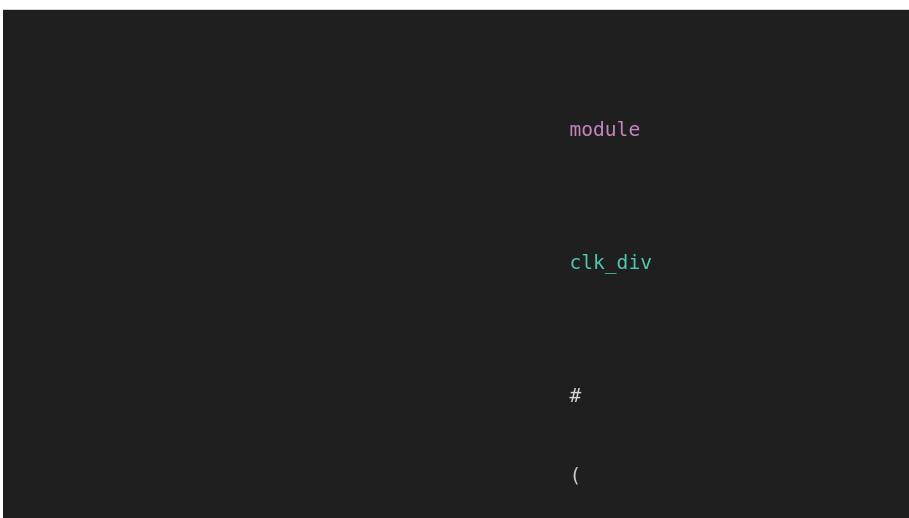
Above: docs/svg/clk_div.svg in ADN-VLSI/apb-uart (draw.io), before the change. Source tidied: cells renumbered, new cells last; positions are measured from the earlier drawing's top-left corner, leaving out a move shared by most shapes.
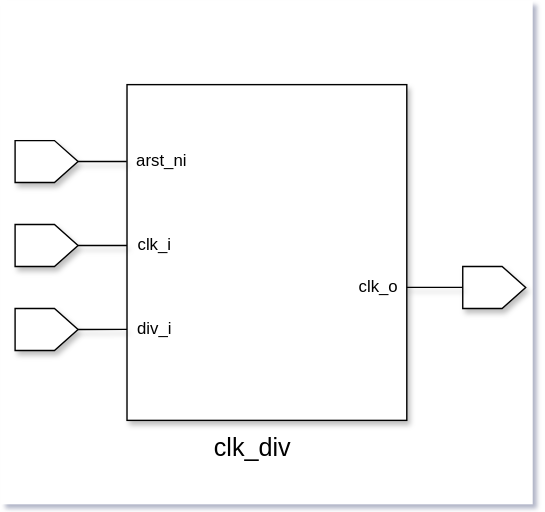
The same diagram one commit later.

Diff of the diagram source:
```diff
@@ -1,9 +1,53 @@
 <mxGraphModel>
   <root>
-    <mxCell id="0" />
-    <mxCell id="1" parent="0" />
-    <mxCell id="2" value="&lt;div style=&quot;color: #cccccc;background-color: #1f1f1f;font-family: 'Droid Sans Mono', 'monospace', monospace;font-weight: normal;font-size: 14px;line-height: 19px;white-space: pre;&quot;&gt;&lt;div&gt;&lt;span style=&quot;color: #c586c0;&quot;&gt;module&lt;/span&gt;&lt;span style=&quot;color: #cccccc;&quot;&gt; &lt;/span&gt;&lt;span style=&quot;color: #4ec9b0;&quot;&gt;clk_div&lt;/span&gt;&lt;span style=&quot;color: #cccccc;&quot;&gt; &lt;/span&gt;&lt;span style=&quot;color: #d4d4d4;&quot;&gt;#&lt;/span&gt;&lt;span style=&quot;color: #cccccc;&quot;&gt;(&lt;/span&gt;&lt;/div&gt;&lt;div&gt;&lt;span style=&quot;color: #cccccc;&quot;&gt;  &lt;/span&gt;&lt;span style=&quot;color: #569cd6;&quot;&gt;parameter&lt;/span&gt;&lt;span style=&quot;color: #cccccc;&quot;&gt; &lt;/span&gt;&lt;span style=&quot;color: #569cd6;&quot;&gt;int&lt;/span&gt;&lt;span style=&quot;color: #cccccc;&quot;&gt; DIV_WIDTH &lt;/span&gt;&lt;span style=&quot;color: #d4d4d4;&quot;&gt;=&lt;/span&gt;&lt;span style=&quot;color: #cccccc;&quot;&gt; &lt;/span&gt;&lt;span style=&quot;color: #b5cea8;&quot;&gt;4&lt;/span&gt;&lt;/div&gt;&lt;div&gt;&lt;span style=&quot;color: #cccccc;&quot;&gt;) (&lt;/span&gt;&lt;/div&gt;&lt;div&gt;&lt;span style=&quot;color: #cccccc;&quot;&gt;    &lt;/span&gt;&lt;span style=&quot;color: #6a9955;&quot;&gt;// Active-low asynchronous reset (arst_ni). When pulled low, internal&lt;/span&gt;&lt;/div&gt;&lt;div&gt;&lt;span style=&quot;color: #cccccc;&quot;&gt;    &lt;/span&gt;&lt;span style=&quot;color: #6a9955;&quot;&gt;// registers are reset to their default values.&lt;/span&gt;&lt;/div&gt;&lt;div&gt;&lt;span style=&quot;color: #cccccc;&quot;&gt;    &lt;/span&gt;&lt;span style=&quot;color: #4ec9b0;&quot;&gt;input&lt;/span&gt;&lt;span style=&quot;color: #cccccc;&quot;&gt;  &lt;/span&gt;&lt;span style=&quot;color: #569cd6;&quot;&gt;logic&lt;/span&gt;&lt;span style=&quot;color: #cccccc;&quot;&gt;                 &lt;/span&gt;&lt;span style=&quot;color: #9cdcfe;&quot;&gt;arst_ni&lt;/span&gt;&lt;span style=&quot;color: #cccccc;&quot;&gt;,&lt;/span&gt;&lt;/div&gt;&lt;br&gt;&lt;div&gt;&lt;span style=&quot;color: #cccccc;&quot;&gt;    &lt;/span&gt;&lt;span style=&quot;color: #6a9955;&quot;&gt;// Input clock to divide.&lt;/span&gt;&lt;/div&gt;&lt;div&gt;&lt;span style=&quot;color: #cccccc;&quot;&gt;    &lt;/span&gt;&lt;span style=&quot;color: #4ec9b0;&quot;&gt;input&lt;/span&gt;&lt;span style=&quot;color: #cccccc;&quot;&gt;  &lt;/span&gt;&lt;span style=&quot;color: #569cd6;&quot;&gt;logic&lt;/span&gt;&lt;span style=&quot;color: #cccccc;&quot;&gt;                 &lt;/span&gt;&lt;span style=&quot;color: #9cdcfe;&quot;&gt;clk_i&lt;/span&gt;&lt;span style=&quot;color: #cccccc;&quot;&gt;,&lt;/span&gt;&lt;/div&gt;&lt;br&gt;&lt;div&gt;&lt;span style=&quot;color: #cccccc;&quot;&gt;    &lt;/span&gt;&lt;span style=&quot;color: #6a9955;&quot;&gt;// Divider value. Controls the number of input clock cycles between&lt;/span&gt;&lt;/div&gt;&lt;div&gt;&lt;span style=&quot;color: #cccccc;&quot;&gt;    &lt;/span&gt;&lt;span style=&quot;color: #6a9955;&quot;&gt;// output toggles. When div_i is 0, special-case behavior applies and the&lt;/span&gt;&lt;/div&gt;&lt;div&gt;&lt;span style=&quot;color: #cccccc;&quot;&gt;    &lt;/span&gt;&lt;span style=&quot;color: #6a9955;&quot;&gt;// output toggles every input clock (clk_i/2).&lt;/span&gt;&lt;/div&gt;&lt;div&gt;&lt;span style=&quot;color: #cccccc;&quot;&gt;    &lt;/span&gt;&lt;span style=&quot;color: #4ec9b0;&quot;&gt;input&lt;/span&gt;&lt;span style=&quot;color: #cccccc;&quot;&gt;  &lt;/span&gt;&lt;span style=&quot;color: #569cd6;&quot;&gt;logic&lt;/span&gt;&lt;span style=&quot;color: #cccccc;&quot;&gt; [DIV_WIDTH&lt;/span&gt;&lt;span style=&quot;color: #d4d4d4;&quot;&gt;-&lt;/span&gt;&lt;span style=&quot;color: #b5cea8;&quot;&gt;1&lt;/span&gt;&lt;span style=&quot;color: #d4d4d4;&quot;&gt;:&lt;/span&gt;&lt;span style=&quot;color: #b5cea8;&quot;&gt;0&lt;/span&gt;&lt;span style=&quot;color: #cccccc;&quot;&gt;] &lt;/span&gt;&lt;span style=&quot;color: #9cdcfe;&quot;&gt;div_i&lt;/span&gt;&lt;span style=&quot;color: #cccccc;&quot;&gt;,&lt;/span&gt;&lt;/div&gt;&lt;br&gt;&lt;div&gt;&lt;span style=&quot;color: #cccccc;&quot;&gt;    &lt;/span&gt;&lt;span style=&quot;color: #6a9955;&quot;&gt;// Output divided clock.&lt;/span&gt;&lt;/div&gt;&lt;div&gt;&lt;span style=&quot;color: #cccccc;&quot;&gt;    &lt;/span&gt;&lt;span style=&quot;color: #4ec9b0;&quot;&gt;output&lt;/span&gt;&lt;span style=&quot;color: #cccccc;&quot;&gt; &lt;/span&gt;&lt;span style=&quot;color: #569cd6;&quot;&gt;logic&lt;/span&gt;&lt;span style=&quot;color: #cccccc;&quot;&gt;                 &lt;/span&gt;&lt;span style=&quot;color: #9cdcfe;&quot;&gt;clk_o&lt;/span&gt;&lt;/div&gt;&lt;div&gt;&lt;span style=&quot;color: #cccccc;&quot;&gt;);&lt;/span&gt;&lt;/div&gt;&lt;/div&gt;" style="text;whiteSpace=wrap;html=1;" parent="1" vertex="1">
-      <mxGeometry width="560" height="370" as="geometry" />
-    </mxCell>
+    <mxCell id="3" />
+    <mxCell id="4" parent="3" />
+    <mxCell id="5" style="rounded=0;whiteSpace=wrap;html=1;strokeColor=none;" parent="4" vertex="1">
+      <mxGeometry x="-70" y="50" width="380" height="360" as="geometry" />
+    </mxCell>
+    <mxCell id="6" style="rounded=0;whiteSpace=wrap;html=1;shadow=1;" parent="4" vertex="1">
+      <mxGeometry x="20" y="110" width="200" height="240" as="geometry" />
+    </mxCell>
+    <mxCell id="7" style="shape=offPageConnector;whiteSpace=wrap;html=1;direction=south;flipV=1;flipH=1;gradientColor=none;fillColor=default;shadow=1;" parent="4" vertex="1">
+      <mxGeometry x="-60" y="150" width="45" height="30" as="geometry" />
+    </mxCell>
+    <mxCell id="8" style="shape=offPageConnector;whiteSpace=wrap;html=1;direction=south;flipV=1;flipH=1;gradientColor=none;fillColor=default;shadow=1;" parent="4" vertex="1">
+      <mxGeometry x="-60" y="210" width="45" height="30" as="geometry" />
+    </mxCell>
+    <mxCell id="9" style="shape=offPageConnector;whiteSpace=wrap;html=1;direction=south;flipV=1;flipH=1;gradientColor=none;fillColor=default;shadow=1;" parent="4" vertex="1">
+      <mxGeometry x="-60" y="270" width="45" height="30" as="geometry" />
+    </mxCell>
+    <mxCell id="10" style="shape=offPageConnector;whiteSpace=wrap;html=1;direction=south;flipV=1;flipH=1;gradientColor=none;fillColor=default;shadow=1;" parent="4" vertex="1">
+      <mxGeometry x="260" y="240" width="45" height="30" as="geometry" />
+    </mxCell>
+    <mxCell id="11" style="edgeStyle=orthogonalEdgeStyle;rounded=0;jettySize=auto;html=1;exitX=0.5;exitY=0;exitDx=0;exitDy=0;entryX=-0.001;entryY=0.229;entryDx=0;entryDy=0;entryPerimeter=0;endArrow=none;endFill=0;shadow=1;" parent="4" edge="1" source="7" target="6">
+      <mxGeometry relative="1" as="geometry" />
+    </mxCell>
+    <mxCell id="12" style="edgeStyle=orthogonalEdgeStyle;rounded=0;jettySize=auto;html=1;exitX=0.5;exitY=0;exitDx=0;exitDy=0;endArrow=none;endFill=0;strokeColor=default;shadow=1;" parent="4" edge="1" source="8">
+      <mxGeometry relative="1" as="geometry">
+        <mxPoint x="20" y="225" as="targetPoint" />
+      </mxGeometry>
+    </mxCell>
+    <mxCell id="13" style="edgeStyle=orthogonalEdgeStyle;rounded=0;jettySize=auto;html=1;exitX=0.5;exitY=0;exitDx=0;exitDy=0;entryX=0;entryY=0.729;entryDx=0;entryDy=0;entryPerimeter=0;endArrow=none;endFill=0;shadow=1;" parent="4" edge="1" source="9" target="6">
+      <mxGeometry relative="1" as="geometry" />
+    </mxCell>
+    <mxCell id="14" style="edgeStyle=orthogonalEdgeStyle;rounded=0;jettySize=auto;html=1;entryX=1;entryY=0.604;entryDx=0;entryDy=0;entryPerimeter=0;endArrow=none;endFill=0;shadow=1;" parent="4" edge="1" source="10" target="6">
+      <mxGeometry relative="1" as="geometry" />
+    </mxCell>
+    <mxCell id="15" value="arst_ni" style="text;html=1;whiteSpace=wrap;strokeColor=none;fillColor=none;align=center;verticalAlign=middle;rounded=0;shadow=1;" parent="4" vertex="1">
+      <mxGeometry x="20" y="157.5" width="50" height="15" as="geometry" />
+    </mxCell>
+    <mxCell id="16" value="clk_i" style="text;html=1;whiteSpace=wrap;strokeColor=none;fillColor=none;align=center;verticalAlign=middle;rounded=0;shadow=1;" parent="4" vertex="1">
+      <mxGeometry x="20" y="217.5" width="40" height="15" as="geometry" />
+    </mxCell>
+    <mxCell id="17" value="div_i" style="text;html=1;whiteSpace=wrap;strokeColor=none;fillColor=none;align=center;verticalAlign=middle;rounded=0;shadow=1;" parent="4" vertex="1">
+      <mxGeometry x="20" y="277.5" width="40" height="15" as="geometry" />
+    </mxCell>
+    <mxCell id="18" value="clk_o" style="text;html=1;whiteSpace=wrap;strokeColor=none;fillColor=none;align=center;verticalAlign=middle;rounded=0;shadow=1;" parent="4" vertex="1">
+      <mxGeometry x="180" y="247.5" width="40" height="15" as="geometry" />
+    </mxCell>
+    <mxCell id="19" value="&lt;font style=&quot;font-size: 18px;&quot;&gt;clk_div&lt;/font&gt;" style="text;html=1;whiteSpace=wrap;strokeColor=none;fillColor=none;align=center;verticalAlign=middle;rounded=0;shadow=1;" parent="4" vertex="1">
+      <mxGeometry x="80" y="360" width="60" height="20" as="geometry" />
+    </mxCell>
   </root>
 </mxGraphModel>
```
